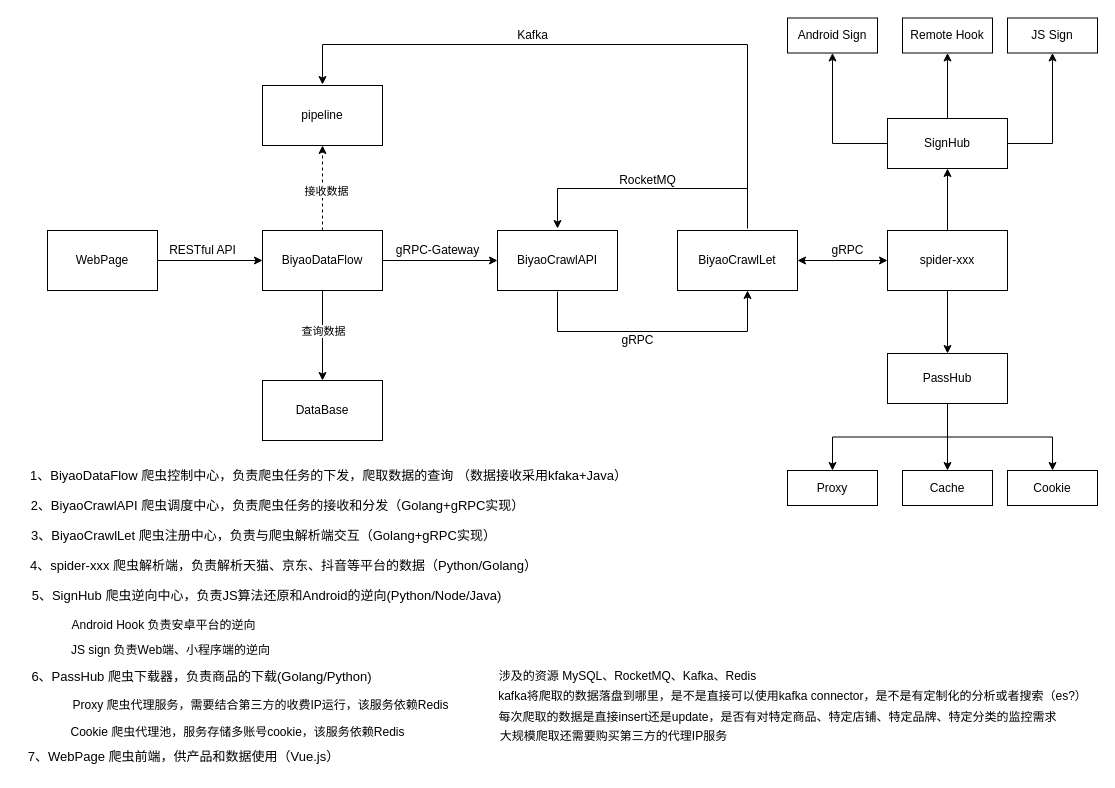
Before: Untitled Diagram.drawio in fovegage/argocd-lab, a draw.io diagram. Source tidied: cells renumbered, new cells numbered last; positions are measured from the earlier drawing's top-left corner, leaving out a move shared by most shapes. Both pictures are drawn from the tidied source at 100%, with x=0, y=0 at pixel (17, 18).
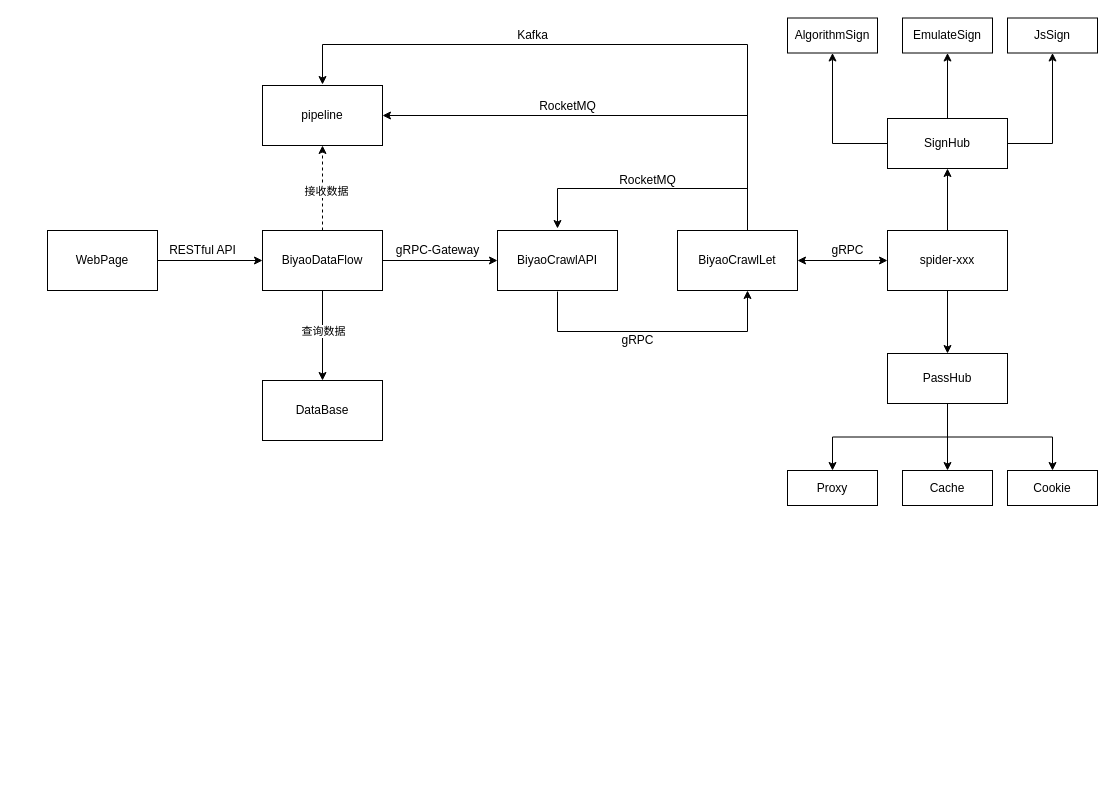
The same page after the edit.

The change refers to these unchanged cells:
```xml
<mxCell id="13" value="BiyaoCrawlLet" style="rounded=0;whiteSpace=wrap;html=1;" parent="1" vertex="1">
  <mxGeometry x="660" y="212" width="120" height="60" as="geometry" />
</mxCell>
<mxCell id="19" value="pipeline" style="rounded=0;whiteSpace=wrap;html=1;" parent="1" vertex="1">
  <mxGeometry x="245" y="67" width="120" height="60" as="geometry" />
</mxCell>
```

The edit, as a diff of the source:
```diff
@@
-    <mxCell id="12" style="edgeStyle=orthogonalEdgeStyle;rounded=0;orthogonalLoop=1;jettySize=auto;html=1;entryX=0.5;entryY=0;entryDx=0;entryDy=0;" parent="1" edge="1">
+    <mxCell id="12" style="edgeStyle=orthogonalEdgeStyle;rounded=0;jettySize=auto;html=1;entryX=0.5;entryY=0;entryDx=0;entryDy=0;" parent="1" edge="1" source="13">
       <mxGeometry relative="1" as="geometry">
-        <mxPoint x="730" y="206" as="sourcePoint" />
         <mxPoint x="305" y="66" as="targetPoint" />
         <Array as="points">
           <mxPoint x="730" y="26" />
           <mxPoint x="305" y="26" />
         </Array>
       </mxGeometry>
     </mxCell>
+    <mxCell id="56" style="edgeStyle=orthogonalEdgeStyle;rounded=0;jettySize=auto;html=1;entryX=1;entryY=0.5;entryDx=0;entryDy=0;" parent="1" edge="1" source="13" target="19">
+      <mxGeometry relative="1" as="geometry">
+        <Array as="points">
+          <mxPoint x="730" y="97" />
+        </Array>
+      </mxGeometry>
+    </mxCell>
@@
-    <mxCell id="35" value="1、BiyaoDataFlow 爬虫控制中心，负责爬虫任务的下发，爬取数据的查询 （数据接收采用kfaka+Java）" style="text;html=1;align=center;verticalAlign=middle;strokeColor=none;fillColor=none;fontSize=13;" parent="1" vertex="1">
-      <mxGeometry x="1" y="442" width="620" height="30" as="geometry" />
-    </mxCell>
-    <mxCell id="36" value="2、BiyaoCrawlAPI 爬虫调度中心，负责爬虫任务的接收和分发（Golang+gRPC实现）" style="text;html=1;align=center;verticalAlign=middle;strokeColor=none;fillColor=none;fontSize=13;" parent="1" vertex="1">
-      <mxGeometry y="472" width="520" height="30" as="geometry" />
-    </mxCell>
-    <mxCell id="37" value="3、BiyaoCrawlLet 爬虫注册中心，负责与爬虫解析端交互（Golang+gRPC实现）" style="text;html=1;align=center;verticalAlign=middle;strokeColor=none;fillColor=none;fontSize=13;" parent="1" vertex="1">
-      <mxGeometry x="1" y="502" width="490" height="30" as="geometry" />
-    </mxCell>
-    <mxCell id="38" value="4、spider-xxx 爬虫解析端，负责解析天猫、京东、抖音等平台的数据（Python/Golang）" style="text;html=1;align=center;verticalAlign=middle;strokeColor=none;fillColor=none;fontSize=13;" parent="1" vertex="1">
-      <mxGeometry x="1" y="532" width="530" height="30" as="geometry" />
-    </mxCell>
-    <mxCell id="39" value="5、SignHub 爬虫逆向中心，负责JS算法还原和Android的逆向(Python/Node/Java)" style="text;html=1;align=center;verticalAlign=middle;strokeColor=none;fillColor=none;fontSize=13;" parent="1" vertex="1">
-      <mxGeometry x="4" y="562" width="490" height="30" as="geometry" />
-    </mxCell>
-    <mxCell id="40" value="Android Sign" style="rounded=0;whiteSpace=wrap;html=1;" parent="1" vertex="1">
+    <mxCell id="40" value="AlgorithmSign" style="rounded=0;whiteSpace=wrap;html=1;" parent="1" vertex="1">
       <mxGeometry x="770" y="-0.5" width="90" height="35" as="geometry" />
     </mxCell>
-    <mxCell id="41" value="JS Sign" style="rounded=0;whiteSpace=wrap;html=1;" parent="1" vertex="1">
+    <mxCell id="41" value="JsSign" style="rounded=0;whiteSpace=wrap;html=1;" parent="1" vertex="1">
       <mxGeometry x="990" y="-0.5" width="90" height="35" as="geometry" />
     </mxCell>
@@
-    <mxCell id="44" value="6、PassHub 爬虫下载器，负责商品的下载(Golang/Python)&lt;br&gt;" style="text;html=1;align=center;verticalAlign=middle;strokeColor=none;fillColor=none;fontSize=13;" parent="1" vertex="1">
-      <mxGeometry x="4" y="643" width="360" height="30" as="geometry" />
-    </mxCell>
-    <mxCell id="45" value="7、WebPage 爬虫前端，供产品和数据使用（Vue.js）" style="text;html=1;align=center;verticalAlign=middle;strokeColor=none;fillColor=none;fontSize=13;" parent="1" vertex="1">
-      <mxGeometry x="1" y="723" width="330" height="30" as="geometry" />
-    </mxCell>
-    <mxCell id="46" value="涉及的资源 MySQL、RocketMQ、Kafka、Redis" style="text;html=1;align=center;verticalAlign=middle;strokeColor=none;fillColor=none;" parent="1" vertex="1">
-      <mxGeometry x="470" y="643" width="280" height="30" as="geometry" />
-    </mxCell>
-    <mxCell id="47" value="kafka将爬取的数据落盘到哪里，是不是直接可以使用kafka connector，是不是有定制化的分析或者搜索（es?）" style="text;html=1;align=center;verticalAlign=middle;strokeColor=none;fillColor=none;" parent="1" vertex="1">
-      <mxGeometry x="470" y="663" width="610" height="30" as="geometry" />
-    </mxCell>
-    <mxCell id="48" value="每次爬取的数据是直接insert还是update，是否有对特定商品、特定店铺、特定品牌、特定分类的监控需求" style="text;html=1;align=center;verticalAlign=middle;strokeColor=none;fillColor=none;" parent="1" vertex="1">
-      <mxGeometry x="470" y="684" width="580" height="30" as="geometry" />
-    </mxCell>
-    <mxCell id="49" value="大规模爬取还需要购买第三方的代理IP服务" style="text;html=1;align=center;verticalAlign=middle;strokeColor=none;fillColor=none;" parent="1" vertex="1">
-      <mxGeometry x="471" y="703" width="250" height="30" as="geometry" />
-    </mxCell>
-    <mxCell id="50" value="Proxy 爬虫代理服务，需要结合第三方的收费IP运行，该服务依赖Redis" style="text;html=1;align=center;verticalAlign=middle;strokeColor=none;fillColor=none;" parent="1" vertex="1">
-      <mxGeometry x="43" y="672" width="400" height="30" as="geometry" />
-    </mxCell>
-    <mxCell id="51" value="Cookie 爬虫代理池，服务存储多账号cookie，该服务依赖Redis" style="text;html=1;align=center;verticalAlign=middle;strokeColor=none;fillColor=none;" parent="1" vertex="1">
-      <mxGeometry x="40" y="699" width="360" height="30" as="geometry" />
-    </mxCell>
-    <mxCell id="52" value="Android Hook 负责安卓平台的逆向" style="text;html=1;align=center;verticalAlign=middle;strokeColor=none;fillColor=none;" parent="1" vertex="1">
-      <mxGeometry x="41" y="592" width="210" height="30" as="geometry" />
-    </mxCell>
-    <mxCell id="53" value="JS sign 负责Web端、小程序端的逆向" style="text;html=1;align=center;verticalAlign=middle;strokeColor=none;fillColor=none;" parent="1" vertex="1">
-      <mxGeometry x="43" y="617" width="220" height="30" as="geometry" />
-    </mxCell>
-    <mxCell id="54" value="Remote Hook" style="rounded=0;whiteSpace=wrap;html=1;" parent="1" vertex="1">
+    <mxCell id="54" value="EmulateSign" style="rounded=0;whiteSpace=wrap;html=1;" parent="1" vertex="1">
       <mxGeometry x="885" y="-0.5" width="90" height="35" as="geometry" />
     </mxCell>
@@
+    <mxCell id="57" value="RocketMQ" style="text;html=1;align=center;verticalAlign=middle;strokeColor=none;fillColor=none;" parent="1" vertex="1">
+      <mxGeometry x="510" y="73" width="80" height="30" as="geometry" />
+    </mxCell>
```
